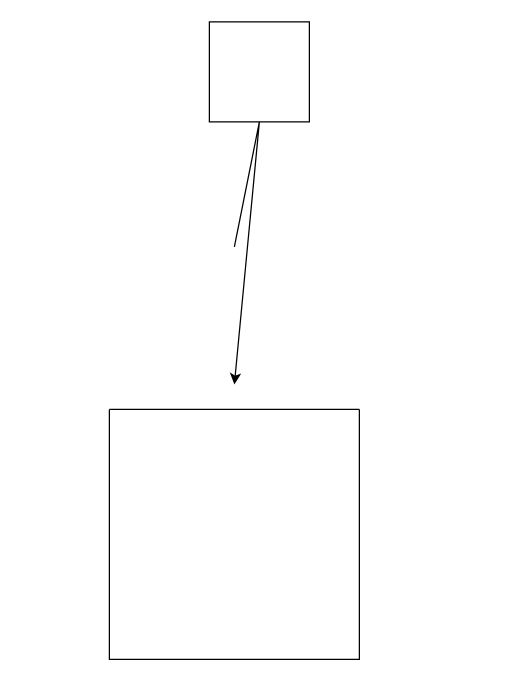
BlokIan/Knowledge-Technology-Practical keeps this draw.io diagram as page "Page-1" (1 of 2) of KTP flowchart.drawio. Above is the earlier version. Source tidied: cells renumbered, new cells numbered last; positions are measured from the earlier drawing's top-left corner, leaving out a move shared by most shapes. Both pictures are drawn from the tidied source at 125%, with x=0, y=0 at pixel (109, 21).
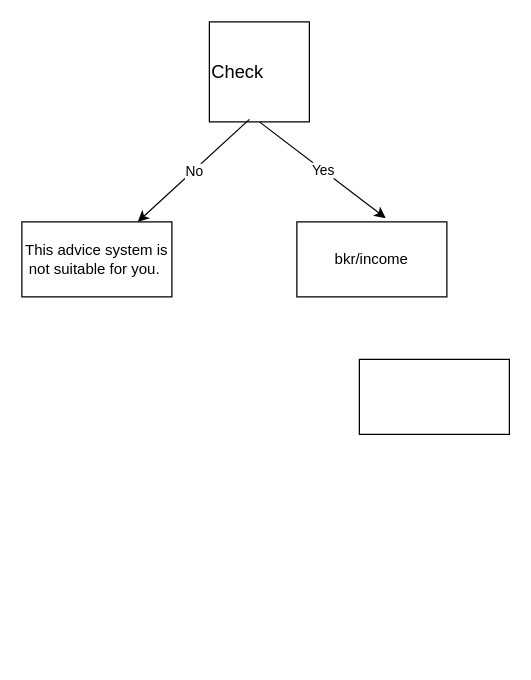
The same page after the edit.

Diff of the diagram source:
```diff
@@
 <mxGraphModel>
   <root>
     <mxCell id="0" />
     <mxCell id="1" parent="0" />
-    <mxCell id="2" style="whiteSpace=wrap;html=1;" parent="1" vertex="1">
+    <mxCell id="2" value="&lt;span id=&quot;docs-internal-guid-5ad19c4f-7fff-b718-e5ac-b6a66cecb07b&quot;&gt;&lt;div&gt;&lt;font face=&quot;Arial, sans-serif&quot;&gt;&lt;span style=&quot;font-size: 14.6667px; white-space-collapse: preserve;&quot;&gt;Check&lt;/span&gt;&lt;/font&gt;&lt;/div&gt;&lt;/span&gt;" style="whiteSpace=wrap;html=1;align=left;" parent="1" vertex="1">
       <mxGeometry x="80" width="80" height="80" as="geometry" />
     </mxCell>
-    <mxCell id="3" style="endArrow=classic;html=1;rounded=0;" parent="1" edge="1">
-      <mxGeometry relative="1" as="geometry">
-        <mxPoint x="100" y="180" as="sourcePoint" />
-        <mxPoint x="100" y="290" as="targetPoint" />
-        <Array as="points">
-          <mxPoint x="120" y="80" />
-        </Array>
-      </mxGeometry>
-    </mxCell>
-    <mxCell id="4" style="swimlane;startSize=0;" parent="1" vertex="1">
-      <mxGeometry y="310" width="200" height="200" as="geometry" />
-    </mxCell>
+    <mxCell id="5" value="This advice system is not suitable for you.&amp;nbsp;" style="rounded=0;whiteSpace=wrap;html=1;" parent="1" vertex="1">
+      <mxGeometry x="-70" y="160" width="120" height="60" as="geometry" />
+    </mxCell>
+    <mxCell id="6" value="bkr/income" style="rounded=0;whiteSpace=wrap;html=1;" parent="1" vertex="1">
+      <mxGeometry x="150" y="160" width="120" height="60" as="geometry" />
+    </mxCell>
+    <mxCell id="7" style="endArrow=classic;html=1;rounded=0;exitX=0.4;exitY=0.975;exitDx=0;exitDy=0;exitPerimeter=0;" parent="1" edge="1" source="2" target="5">
+      <mxGeometry relative="1" as="geometry" />
+    </mxCell>
+    <mxCell id="8" value="No" style="edgeLabel;html=1;align=center;verticalAlign=middle;" parent="7" vertex="1">
+      <mxGeometry relative="1" as="geometry" />
+    </mxCell>
+    <mxCell id="9" style="endArrow=classic;html=1;rounded=0;exitX=0.5;exitY=1;exitDx=0;exitDy=0;entryX=0.592;entryY=-0.05;entryDx=0;entryDy=0;entryPerimeter=0;" parent="1" edge="1" source="2" target="6">
+      <mxGeometry relative="1" as="geometry" />
+    </mxCell>
+    <mxCell id="10" value="Yes" style="edgeLabel;html=1;align=center;verticalAlign=middle;" parent="9" vertex="1">
+      <mxGeometry relative="1" as="geometry" />
+    </mxCell>
+    <mxCell id="11" style="rounded=0;whiteSpace=wrap;html=1;" parent="1" vertex="1">
+      <mxGeometry x="200" y="270" width="120" height="60" as="geometry" />
+    </mxCell>
   </root>
 </mxGraphModel>
```
